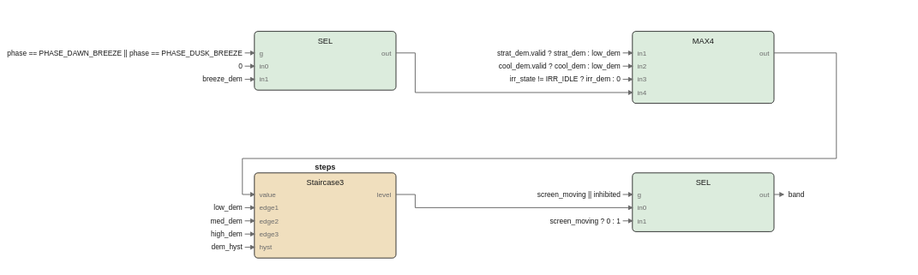
pstch/botanik2 keeps this draw.io diagram as images/logic/fans_fbd.drawio.svg. Above is the earlier version. Source tidied: cells renumbered, new cells last; positions are measured from the earlier drawing's top-left corner, leaving out a move shared by most shapes.
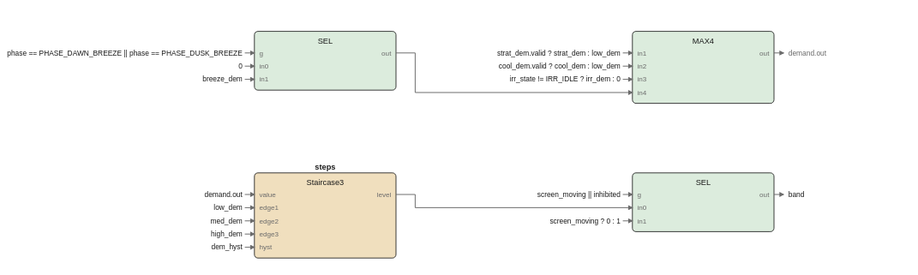
Later version of the same file.

The edit, as a diff of the source:
```diff
@@ -97,143 +97,149 @@
     </mxCell>
     <mxCell id="32" style="edgeStyle=none;html=1;strokeColor=#6b6b6b;endArrow=block;" parent="1" edge="1">
       <mxGeometry relative="1" as="geometry">
-        <mxPoint x="128" y="18" as="sourcePoint" />
-        <mxPoint x="325" y="51" as="targetPoint" />
-        <Array as="points">
-          <mxPoint x="144" y="18" />
-          <mxPoint x="144" y="51" />
-        </Array>
+        <mxPoint x="443" y="18" as="sourcePoint" />
+        <mxPoint x="451" y="18" as="targetPoint" />
       </mxGeometry>
     </mxCell>
-    <mxCell id="33" style="edgeStyle=none;html=1;strokeColor=#6b6b6b;endArrow=block;" parent="1" edge="1">
-      <mxGeometry relative="1" as="geometry">
-        <mxPoint x="443" y="18" as="sourcePoint" />
-        <mxPoint x="10" y="136" as="targetPoint" />
-        <Array as="points">
-          <mxPoint x="495" y="18" />
-          <mxPoint x="495" y="106" />
-          <mxPoint y="106" />
-          <mxPoint y="136" />
-        </Array>
-      </mxGeometry>
-    </mxCell>
+    <mxCell id="59" value="demand.out" style="text;html=1;fontSize=6;fontColor=#6b6b6b;align=left;" parent="1" vertex="1">
+      <mxGeometry x="455" y="14" width="50" height="10" as="geometry" />
+    </mxCell>
     <mxCell id="34" style="edgeStyle=none;html=1;strokeColor=#6b6b6b;endArrow=block;" parent="1" edge="1">
       <mxGeometry relative="1" as="geometry">
-        <mxPoint x="128" y="136" as="sourcePoint" />
-        <mxPoint x="325" y="147" as="targetPoint" />
+        <mxPoint x="128" y="18" as="sourcePoint" />
+        <mxPoint x="325" y="51" as="targetPoint" />
         <Array as="points">
-          <mxPoint x="144" y="136" />
-          <mxPoint x="144" y="147" />
+          <mxPoint x="144" y="18" />
+          <mxPoint x="144" y="51" />
         </Array>
       </mxGeometry>
     </mxCell>
+    <mxCell id="60" style="edgeStyle=none;html=1;strokeColor=#6b6b6b;endArrow=block;" parent="1" edge="1">
+      <mxGeometry relative="1" as="geometry">
+        <mxPoint x="128" y="136" as="sourcePoint" />
+        <mxPoint x="325" y="147" as="targetPoint" />
+        <Array as="points">
+          <mxPoint x="144" y="136" />
+          <mxPoint x="144" y="147" />
+        </Array>
+      </mxGeometry>
+    </mxCell>
     <mxCell id="35" value="phase == PHASE_DAWN_BREEZE || phase == PHASE_DUSK_BREEZE" style="text;html=1;fontSize=6;fontColor=#1a1a1a;align=left;" parent="1" vertex="1">
       <mxGeometry y="14" width="280" height="10" as="geometry" />
     </mxCell>
-    <mxCell id="36" style="edgeStyle=none;html=1;strokeColor=#6b6b6b;endArrow=block;" parent="1" edge="1">
-      <mxGeometry relative="1" as="geometry">
-        <mxPoint x="2" y="18" as="sourcePoint" />
-        <mxPoint x="10" y="18" as="targetPoint" />
-      </mxGeometry>
-    </mxCell>
+    <mxCell id="61" style="edgeStyle=none;html=1;strokeColor=#6b6b6b;endArrow=block;" parent="1" edge="1">
+      <mxGeometry relative="1" as="geometry">
+        <mxPoint x="2" y="18" as="sourcePoint" />
+        <mxPoint x="10" y="18" as="targetPoint" />
+      </mxGeometry>
+    </mxCell>
     <mxCell id="37" value="0" style="text;html=1;fontSize=6;fontColor=#1a1a1a;align=left;" parent="1" vertex="1">
       <mxGeometry y="25" width="40" height="10" as="geometry" />
     </mxCell>
-    <mxCell id="38" style="edgeStyle=none;html=1;strokeColor=#6b6b6b;endArrow=block;" parent="1" edge="1">
-      <mxGeometry relative="1" as="geometry">
-        <mxPoint x="2" y="29" as="sourcePoint" />
-        <mxPoint x="10" y="29" as="targetPoint" />
-      </mxGeometry>
-    </mxCell>
+    <mxCell id="62" style="edgeStyle=none;html=1;strokeColor=#6b6b6b;endArrow=block;" parent="1" edge="1">
+      <mxGeometry relative="1" as="geometry">
+        <mxPoint x="2" y="29" as="sourcePoint" />
+        <mxPoint x="10" y="29" as="targetPoint" />
+      </mxGeometry>
+    </mxCell>
     <mxCell id="39" value="breeze_dem" style="text;html=1;fontSize=6;fontColor=#1a1a1a;align=left;" parent="1" vertex="1">
       <mxGeometry y="36" width="50" height="10" as="geometry" />
     </mxCell>
-    <mxCell id="40" style="edgeStyle=none;html=1;strokeColor=#6b6b6b;endArrow=block;" parent="1" edge="1">
-      <mxGeometry relative="1" as="geometry">
-        <mxPoint x="2" y="40" as="sourcePoint" />
-        <mxPoint x="10" y="40" as="targetPoint" />
-      </mxGeometry>
-    </mxCell>
+    <mxCell id="63" style="edgeStyle=none;html=1;strokeColor=#6b6b6b;endArrow=block;" parent="1" edge="1">
+      <mxGeometry relative="1" as="geometry">
+        <mxPoint x="2" y="40" as="sourcePoint" />
+        <mxPoint x="10" y="40" as="targetPoint" />
+      </mxGeometry>
+    </mxCell>
     <mxCell id="41" value="strat_dem.valid ? strat_dem : low_dem" style="text;html=1;fontSize=6;fontColor=#1a1a1a;align=left;" parent="1" vertex="1">
       <mxGeometry x="315" y="14" width="185" height="10" as="geometry" />
     </mxCell>
-    <mxCell id="42" style="edgeStyle=none;html=1;strokeColor=#6b6b6b;endArrow=block;" parent="1" edge="1">
-      <mxGeometry relative="1" as="geometry">
-        <mxPoint x="317" y="18" as="sourcePoint" />
-        <mxPoint x="325" y="18" as="targetPoint" />
-      </mxGeometry>
-    </mxCell>
+    <mxCell id="64" style="edgeStyle=none;html=1;strokeColor=#6b6b6b;endArrow=block;" parent="1" edge="1">
+      <mxGeometry relative="1" as="geometry">
+        <mxPoint x="317" y="18" as="sourcePoint" />
+        <mxPoint x="325" y="18" as="targetPoint" />
+      </mxGeometry>
+    </mxCell>
     <mxCell id="43" value="cool_dem.valid ? cool_dem : low_dem" style="text;html=1;fontSize=6;fontColor=#1a1a1a;align=left;" parent="1" vertex="1">
       <mxGeometry x="315" y="25" width="175" height="10" as="geometry" />
     </mxCell>
-    <mxCell id="44" style="edgeStyle=none;html=1;strokeColor=#6b6b6b;endArrow=block;" parent="1" edge="1">
-      <mxGeometry relative="1" as="geometry">
-        <mxPoint x="317" y="29" as="sourcePoint" />
-        <mxPoint x="325" y="29" as="targetPoint" />
-      </mxGeometry>
-    </mxCell>
+    <mxCell id="65" style="edgeStyle=none;html=1;strokeColor=#6b6b6b;endArrow=block;" parent="1" edge="1">
+      <mxGeometry relative="1" as="geometry">
+        <mxPoint x="317" y="29" as="sourcePoint" />
+        <mxPoint x="325" y="29" as="targetPoint" />
+      </mxGeometry>
+    </mxCell>
     <mxCell id="45" value="irr_state != IRR_IDLE ? irr_dem : 0" style="text;html=1;fontSize=6;fontColor=#1a1a1a;align=left;" parent="1" vertex="1">
       <mxGeometry x="315" y="36" width="175" height="10" as="geometry" />
     </mxCell>
-    <mxCell id="46" style="edgeStyle=none;html=1;strokeColor=#6b6b6b;endArrow=block;" parent="1" edge="1">
-      <mxGeometry relative="1" as="geometry">
-        <mxPoint x="317" y="40" as="sourcePoint" />
-        <mxPoint x="325" y="40" as="targetPoint" />
-      </mxGeometry>
-    </mxCell>
+    <mxCell id="66" style="edgeStyle=none;html=1;strokeColor=#6b6b6b;endArrow=block;" parent="1" edge="1">
+      <mxGeometry relative="1" as="geometry">
+        <mxPoint x="317" y="40" as="sourcePoint" />
+        <mxPoint x="325" y="40" as="targetPoint" />
+      </mxGeometry>
+    </mxCell>
+    <mxCell id="67" value="demand.out" style="text;html=1;fontSize=6;fontColor=#1a1a1a;align=left;" parent="1" vertex="1">
+      <mxGeometry y="132" width="50" height="10" as="geometry" />
+    </mxCell>
+    <mxCell id="68" style="edgeStyle=none;html=1;strokeColor=#6b6b6b;endArrow=block;" parent="1" edge="1">
+      <mxGeometry relative="1" as="geometry">
+        <mxPoint x="2" y="136" as="sourcePoint" />
+        <mxPoint x="10" y="136" as="targetPoint" />
+      </mxGeometry>
+    </mxCell>
     <mxCell id="47" value="low_dem" style="text;html=1;fontSize=6;fontColor=#1a1a1a;align=left;" parent="1" vertex="1">
       <mxGeometry y="143" width="40" height="10" as="geometry" />
     </mxCell>
-    <mxCell id="48" style="edgeStyle=none;html=1;strokeColor=#6b6b6b;endArrow=block;" parent="1" edge="1">
-      <mxGeometry relative="1" as="geometry">
-        <mxPoint x="2" y="147" as="sourcePoint" />
-        <mxPoint x="10" y="147" as="targetPoint" />
-      </mxGeometry>
-    </mxCell>
+    <mxCell id="69" style="edgeStyle=none;html=1;strokeColor=#6b6b6b;endArrow=block;" parent="1" edge="1">
+      <mxGeometry relative="1" as="geometry">
+        <mxPoint x="2" y="147" as="sourcePoint" />
+        <mxPoint x="10" y="147" as="targetPoint" />
+      </mxGeometry>
+    </mxCell>
     <mxCell id="49" value="med_dem" style="text;html=1;fontSize=6;fontColor=#1a1a1a;align=left;" parent="1" vertex="1">
       <mxGeometry y="154" width="40" height="10" as="geometry" />
     </mxCell>
-    <mxCell id="50" style="edgeStyle=none;html=1;strokeColor=#6b6b6b;endArrow=block;" parent="1" edge="1">
-      <mxGeometry relative="1" as="geometry">
-        <mxPoint x="2" y="158" as="sourcePoint" />
-        <mxPoint x="10" y="158" as="targetPoint" />
-      </mxGeometry>
-    </mxCell>
+    <mxCell id="70" style="edgeStyle=none;html=1;strokeColor=#6b6b6b;endArrow=block;" parent="1" edge="1">
+      <mxGeometry relative="1" as="geometry">
+        <mxPoint x="2" y="158" as="sourcePoint" />
+        <mxPoint x="10" y="158" as="targetPoint" />
+      </mxGeometry>
+    </mxCell>
     <mxCell id="51" value="high_dem" style="text;html=1;fontSize=6;fontColor=#1a1a1a;align=left;" parent="1" vertex="1">
       <mxGeometry y="165" width="40" height="10" as="geometry" />
     </mxCell>
-    <mxCell id="52" style="edgeStyle=none;html=1;strokeColor=#6b6b6b;endArrow=block;" parent="1" edge="1">
-      <mxGeometry relative="1" as="geometry">
-        <mxPoint x="2" y="169" as="sourcePoint" />
-        <mxPoint x="10" y="169" as="targetPoint" />
-      </mxGeometry>
-    </mxCell>
+    <mxCell id="71" style="edgeStyle=none;html=1;strokeColor=#6b6b6b;endArrow=block;" parent="1" edge="1">
+      <mxGeometry relative="1" as="geometry">
+        <mxPoint x="2" y="169" as="sourcePoint" />
+        <mxPoint x="10" y="169" as="targetPoint" />
+      </mxGeometry>
+    </mxCell>
     <mxCell id="53" value="dem_hyst" style="text;html=1;fontSize=6;fontColor=#1a1a1a;align=left;" parent="1" vertex="1">
       <mxGeometry y="176" width="40" height="10" as="geometry" />
     </mxCell>
-    <mxCell id="54" style="edgeStyle=none;html=1;strokeColor=#6b6b6b;endArrow=block;" parent="1" edge="1">
-      <mxGeometry relative="1" as="geometry">
-        <mxPoint x="2" y="180" as="sourcePoint" />
-        <mxPoint x="10" y="180" as="targetPoint" />
-      </mxGeometry>
-    </mxCell>
+    <mxCell id="72" style="edgeStyle=none;html=1;strokeColor=#6b6b6b;endArrow=block;" parent="1" edge="1">
+      <mxGeometry relative="1" as="geometry">
+        <mxPoint x="2" y="180" as="sourcePoint" />
+        <mxPoint x="10" y="180" as="targetPoint" />
+      </mxGeometry>
+    </mxCell>
     <mxCell id="55" value="screen_moving || inhibited" style="text;html=1;fontSize=6;fontColor=#1a1a1a;align=left;" parent="1" vertex="1">
       <mxGeometry x="315" y="132" width="130" height="10" as="geometry" />
     </mxCell>
-    <mxCell id="56" style="edgeStyle=none;html=1;strokeColor=#6b6b6b;endArrow=block;" parent="1" edge="1">
-      <mxGeometry relative="1" as="geometry">
-        <mxPoint x="317" y="136" as="sourcePoint" />
-        <mxPoint x="325" y="136" as="targetPoint" />
-      </mxGeometry>
-    </mxCell>
+    <mxCell id="73" style="edgeStyle=none;html=1;strokeColor=#6b6b6b;endArrow=block;" parent="1" edge="1">
+      <mxGeometry relative="1" as="geometry">
+        <mxPoint x="317" y="136" as="sourcePoint" />
+        <mxPoint x="325" y="136" as="targetPoint" />
+      </mxGeometry>
+    </mxCell>
     <mxCell id="57" value="screen_moving ? 0 : 1" style="text;html=1;fontSize=6;fontColor=#1a1a1a;align=left;" parent="1" vertex="1">
       <mxGeometry x="315" y="154" width="105" height="10" as="geometry" />
     </mxCell>
-    <mxCell id="58" style="edgeStyle=none;html=1;strokeColor=#6b6b6b;endArrow=block;" parent="1" edge="1">
-      <mxGeometry relative="1" as="geometry">
-        <mxPoint x="317" y="158" as="sourcePoint" />
-        <mxPoint x="325" y="158" as="targetPoint" />
-      </mxGeometry>
-    </mxCell>
+    <mxCell id="74" style="edgeStyle=none;html=1;strokeColor=#6b6b6b;endArrow=block;" parent="1" edge="1">
+      <mxGeometry relative="1" as="geometry">
+        <mxPoint x="317" y="158" as="sourcePoint" />
+        <mxPoint x="325" y="158" as="targetPoint" />
+      </mxGeometry>
+    </mxCell>
   </root>
 </mxGraphModel>
```
